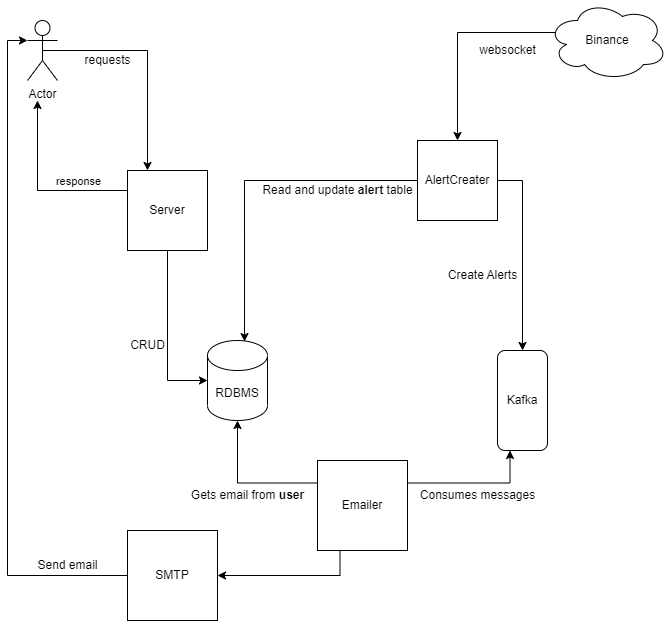
This is CoinWatchHLD.png from darren-codes/coin-watch, a draw.io export, as it was before one commit. Source tidied: cells renumbered, new cells last; positions are measured from the earlier drawing's top-left corner, leaving out a move shared by most shapes.
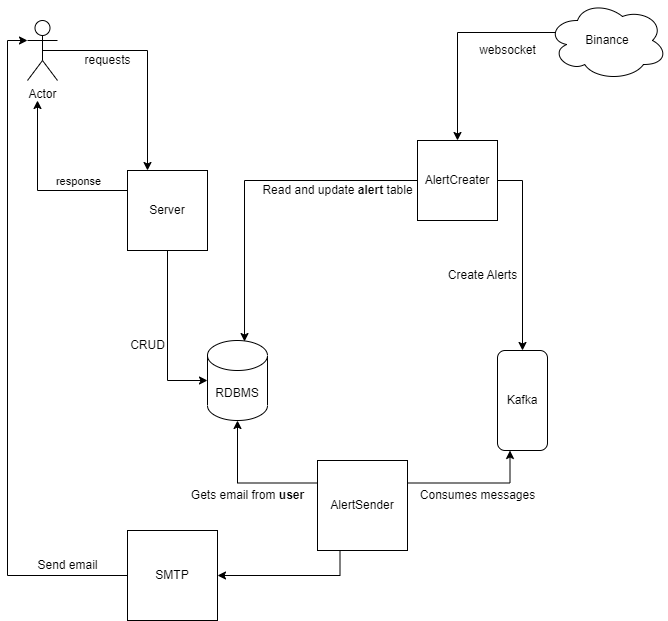
The same file after the commit.

The edit, as a diff of the source:
```diff
@@ -69,7 +69,7 @@
     <mxCell id="22" style="edgeStyle=orthogonalEdgeStyle;rounded=0;jettySize=auto;html=1;exitX=0.25;exitY=1;exitDx=0;exitDy=0;entryX=1;entryY=0.5;entryDx=0;entryDy=0;" parent="1" edge="1" source="23" target="28">
       <mxGeometry relative="1" as="geometry" />
     </mxCell>
-    <mxCell id="23" value="Emailer" style="whiteSpace=wrap;html=1;" parent="1" vertex="1">
+    <mxCell id="23" value="AlertSender" style="whiteSpace=wrap;html=1;" parent="1" vertex="1">
       <mxGeometry x="290" y="460" width="90" height="90" as="geometry" />
     </mxCell>
     <mxCell id="24" value="Consumes messages" style="text;html=1;align=center;verticalAlign=middle;strokeColor=none;fillColor=none;" parent="1" vertex="1">
```
